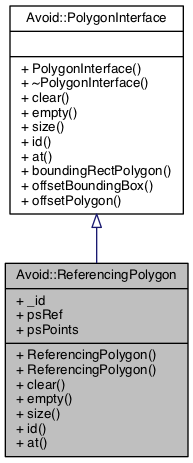
Before: documentation/classAvoid_1_1ReferencingPolygon__coll__graph.png, a diagram exported from Graphviz (mjwybrow/adaptagrams). Its source is kept beside it as documentation/classAvoid_1_1ReferencingPolygon__coll__graph.dot. The source it was exported from:
```dot
digraph "Avoid::ReferencingPolygon"
{
  edge [fontname="Helvetica",fontsize="10",labelfontname="Helvetica",labelfontsize="10"];
  node [fontname="Helvetica",fontsize="10",shape=record];
  Node1 [label="{Avoid::ReferencingPolygon\n|+ _id\l+ psRef\l+ psPoints\l|+ ReferencingPolygon()\l+ ReferencingPolygon()\l+ clear()\l+ empty()\l+ size()\l+ id()\l+ at()\l}",height=0.2,width=0.4,color="black", fillcolor="grey75", style="filled", fontcolor="black"];
  Node2 -> Node1 [dir="back",color="midnightblue",fontsize="10",style="solid",arrowtail="onormal",fontname="Helvetica"];
  Node2 [label="{Avoid::PolygonInterface\n||+ PolygonInterface()\l+ ~PolygonInterface()\l+ clear()\l+ empty()\l+ size()\l+ id()\l+ at()\l+ boundingRectPolygon()\l+ offsetBoundingBox()\l+ offsetPolygon()\l}",height=0.2,width=0.4,color="black", fillcolor="white", style="filled",URL="$classAvoid_1_1PolygonInterface.html",tooltip="A common interface used by the Polygon classes. "];
}
```
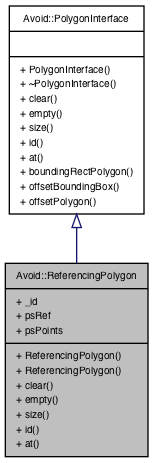
Above is the later version.

What changed in the source:
```diff
@@ -2,7 +2,7 @@
 {
   edge [fontname="Helvetica",fontsize="10",labelfontname="Helvetica",labelfontsize="10"];
   node [fontname="Helvetica",fontsize="10",shape=record];
-  Node1 [label="{Avoid::ReferencingPolygon\n|+ _id\l+ psRef\l+ psPoints\l|+ ReferencingPolygon()\l+ ReferencingPolygon()\l+ clear()\l+ empty()\l+ size()\l+ id()\l+ at()\l}",height=0.2,width=0.4,color="black", fillcolor="grey75", style="filled", fontcolor="black"];
-  Node2 -> Node1 [dir="back",color="midnightblue",fontsize="10",style="solid",arrowtail="onormal",fontname="Helvetica"];
-  Node2 [label="{Avoid::PolygonInterface\n||+ PolygonInterface()\l+ ~PolygonInterface()\l+ clear()\l+ empty()\l+ size()\l+ id()\l+ at()\l+ boundingRectPolygon()\l+ offsetBoundingBox()\l+ offsetPolygon()\l}",height=0.2,width=0.4,color="black", fillcolor="white", style="filled",URL="$classAvoid_1_1PolygonInterface.html",tooltip="A common interface used by the Polygon classes. "];
+  Node2 [label="{Avoid::ReferencingPolygon\n|+ _id\l+ psRef\l+ psPoints\l|+ ReferencingPolygon()\l+ ReferencingPolygon()\l+ clear()\l+ empty()\l+ size()\l+ id()\l+ at()\l}",height=0.2,width=0.4,color="black", fillcolor="grey75", style="filled", fontcolor="black"];
+  Node3 -> Node2 [dir="back",color="midnightblue",fontsize="10",style="solid",arrowtail="onormal",fontname="Helvetica"];
+  Node3 [label="{Avoid::PolygonInterface\n||+ PolygonInterface()\l+ ~PolygonInterface()\l+ clear()\l+ empty()\l+ size()\l+ id()\l+ at()\l+ boundingRectPolygon()\l+ offsetBoundingBox()\l+ offsetPolygon()\l}",height=0.2,width=0.4,color="black", fillcolor="white", style="filled",URL="$classAvoid_1_1PolygonInterface.html",tooltip="A common interface used by the Polygon classes. "];
 }
```
